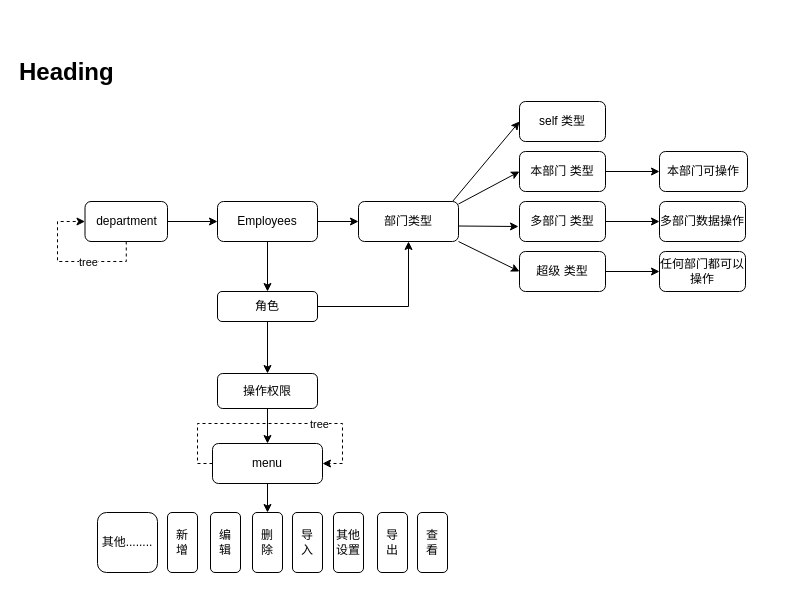
This is 未命名绘图.drawio from romon-liangbo/BusinessPartner, a draw.io file, before an edit. Source tidied: cells renumbered, new cells numbered last; positions are measured from the earlier drawing's top-left corner, leaving out a move shared by most shapes. Both pictures are drawn from the tidied source at 100%, with x=0, y=0 at pixel (17, 51).
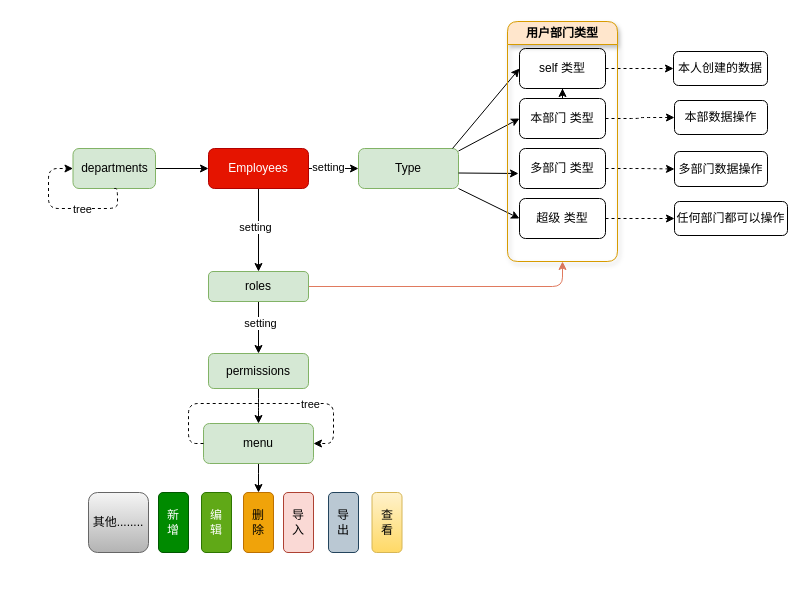
Above is the later version.

Commit message:
更新未命名绘图.drawio

Diff of the diagram source:
```diff
@@
-    <mxCell id="2" value="&lt;h1 style=&quot;margin-top: 0px;&quot;&gt;Heading&lt;/h1&gt;&lt;p&gt;&lt;br&gt;&lt;/p&gt;" style="text;html=1;whiteSpace=wrap;overflow=hidden;rounded=0;" parent="1" vertex="1">
-      <mxGeometry width="180" height="120" as="geometry" />
-    </mxCell>
-    <mxCell id="3" style="edgeStyle=orthogonalEdgeStyle;rounded=0;jettySize=auto;html=1;" parent="1" edge="1" source="4" target="37">
+    <mxCell id="3" style="edgeStyle=orthogonalEdgeStyle;rounded=1;jettySize=auto;html=1;" parent="1" edge="1" source="4" target="37">
       <mxGeometry relative="1" as="geometry" />
     </mxCell>
-    <mxCell id="4" value="department" style="rounded=1;whiteSpace=wrap;html=1;" parent="1" vertex="1">
-      <mxGeometry x="67.5" y="150" width="82.5" height="40" as="geometry" />
+    <mxCell id="4" value="departments" style="rounded=1;whiteSpace=wrap;html=1;fillColor=#d5e8d4;strokeColor=#82b366;" parent="1" vertex="1">
+      <mxGeometry x="55.5" y="97" width="82.5" height="40" as="geometry" />
     </mxCell>
-    <mxCell id="5" value="部门类型" style="whiteSpace=wrap;html=1;rounded=1;" parent="1" vertex="1">
-      <mxGeometry x="341" y="150" width="100" height="40" as="geometry" />
+    <mxCell id="5" value="Type" style="whiteSpace=wrap;html=1;rounded=1;fillColor=#d5e8d4;strokeColor=#82b366;" parent="1" vertex="1">
+      <mxGeometry x="341" y="97" width="100" height="40" as="geometry" />
     </mxCell>
-    <mxCell id="6" style="endArrow=classic;html=1;rounded=0;entryX=0;entryY=0.5;entryDx=0;entryDy=0;" parent="1" edge="1" target="10">
+    <mxCell id="6" style="endArrow=classic;html=1;rounded=1;entryX=0;entryY=0.5;entryDx=0;entryDy=0;" parent="1" edge="1" target="10">
       <mxGeometry relative="1" as="geometry">
-        <mxPoint x="441" y="152.5" as="sourcePoint" />
+        <mxPoint x="441" y="99.5" as="sourcePoint" />
       </mxGeometry>
     </mxCell>
-    <mxCell id="7" style="endArrow=classic;html=1;rounded=0;" parent="1" edge="1">
+    <mxCell id="7" style="endArrow=classic;html=1;rounded=1;" parent="1" edge="1">
       <mxGeometry relative="1" as="geometry">
-        <mxPoint x="441" y="174.5" as="sourcePoint" />
-        <mxPoint x="501" y="175" as="targetPoint" />
+        <mxPoint x="441" y="121.5" as="sourcePoint" />
+        <mxPoint x="501" y="122" as="targetPoint" />
       </mxGeometry>
     </mxCell>
-    <mxCell id="8" style="endArrow=classic;html=1;rounded=0;entryX=0;entryY=0.5;entryDx=0;entryDy=0;exitX=1;exitY=1;exitDx=0;exitDy=0;" parent="1" edge="1" source="5" target="14">
+    <mxCell id="8" style="endArrow=classic;html=1;rounded=1;entryX=0;entryY=0.5;entryDx=0;entryDy=0;exitX=1;exitY=1;exitDx=0;exitDy=0;" parent="1" edge="1" source="5" target="14">
       <mxGeometry relative="1" as="geometry" />
     </mxCell>
-    <mxCell id="9" style="edgeStyle=orthogonalEdgeStyle;rounded=0;jettySize=auto;html=1;" parent="1" edge="1" source="10" target="16">
+    <mxCell id="9" style="edgeStyle=orthogonalEdgeStyle;rounded=1;jettySize=auto;html=1;dashed=1;" parent="1" edge="1" source="10" target="16">
       <mxGeometry relative="1" as="geometry" />
     </mxCell>
+    <mxCell id="42" style="edgeStyle=orthogonalEdgeStyle;rounded=0;jettySize=auto;html=1;" parent="1" edge="1" source="10" target="20">
+      <mxGeometry relative="1" as="geometry" />
+    </mxCell>
     <mxCell id="10" value="本部门 类型" style="rounded=1;whiteSpace=wrap;html=1;" parent="1" vertex="1">
-      <mxGeometry x="502" y="100" width="86" height="40" as="geometry" />
+      <mxGeometry x="502" y="47" width="86" height="40" as="geometry" />
     </mxCell>
-    <mxCell id="11" style="edgeStyle=orthogonalEdgeStyle;rounded=0;jettySize=auto;html=1;" parent="1" edge="1" source="12" target="15">
+    <mxCell id="11" style="edgeStyle=orthogonalEdgeStyle;rounded=1;jettySize=auto;html=1;dashed=1;" parent="1" edge="1" source="12" target="15">
       <mxGeometry relative="1" as="geometry" />
     </mxCell>
     <mxCell id="12" value="多部门 类型" style="rounded=1;whiteSpace=wrap;html=1;" parent="1" vertex="1">
-      <mxGeometry x="502" y="150" width="86" height="40" as="geometry" />
+      <mxGeometry x="502" y="97" width="86" height="40" as="geometry" />
     </mxCell>
-    <mxCell id="13" style="edgeStyle=orthogonalEdgeStyle;rounded=0;jettySize=auto;html=1;" parent="1" edge="1" source="14" target="17">
+    <mxCell id="13" style="edgeStyle=orthogonalEdgeStyle;rounded=1;jettySize=auto;html=1;dashed=1;" parent="1" edge="1" source="14" target="17">
       <mxGeometry relative="1" as="geometry" />
     </mxCell>
     <mxCell id="14" value="超级 类型" style="rounded=1;whiteSpace=wrap;html=1;" parent="1" vertex="1">
-      <mxGeometry x="502" y="200" width="86" height="40" as="geometry" />
+      <mxGeometry x="502" y="147" width="86" height="40" as="geometry" />
     </mxCell>
     <mxCell id="15" value="多部门数据操作" style="rounded=1;whiteSpace=wrap;html=1;" parent="1" vertex="1">
-      <mxGeometry x="642" y="150" width="86" height="40" as="geometry" />
+      <mxGeometry x="657" y="100" width="93" height="35" as="geometry" />
     </mxCell>
-    <mxCell id="16" value="本部门可操作" style="whiteSpace=wrap;html=1;rounded=1;" parent="1" vertex="1">
-      <mxGeometry x="642" y="100" width="88" height="40" as="geometry" />
+    <mxCell id="16" value="本部数据操作" style="whiteSpace=wrap;html=1;rounded=1;" parent="1" vertex="1">
+      <mxGeometry x="657" y="49" width="93" height="34" as="geometry" />
     </mxCell>
     <mxCell id="17" value="任何部门都可以操作" style="rounded=1;whiteSpace=wrap;html=1;" parent="1" vertex="1">
-      <mxGeometry x="642" y="200" width="86" height="40" as="geometry" />
+      <mxGeometry x="657" y="150" width="113" height="34" as="geometry" />
     </mxCell>
-    <mxCell id="18" style="edgeStyle=orthogonalEdgeStyle;rounded=0;jettySize=auto;html=1;" parent="1" edge="1" source="19" target="28">
+    <mxCell id="18" style="edgeStyle=orthogonalEdgeStyle;rounded=1;jettySize=auto;html=1;" parent="1" edge="1" source="19" target="28">
       <mxGeometry relative="1" as="geometry" />
     </mxCell>
-    <mxCell id="19" value="操作权限" style="whiteSpace=wrap;html=1;rounded=1;" parent="1" vertex="1">
-      <mxGeometry x="200" y="322" width="100" height="35" as="geometry" />
+    <mxCell id="19" value="permissions" style="whiteSpace=wrap;html=1;rounded=1;fillColor=#d5e8d4;strokeColor=#82b366;" parent="1" vertex="1">
+      <mxGeometry x="191" y="302" width="100" height="35" as="geometry" />
     </mxCell>
+    <mxCell id="43" style="edgeStyle=orthogonalEdgeStyle;rounded=0;jettySize=auto;html=1;entryX=0;entryY=0.5;entryDx=0;entryDy=0;dashed=1;" parent="1" edge="1" source="20" target="49">
+      <mxGeometry relative="1" as="geometry" />
+    </mxCell>
     <mxCell id="20" value="self 类型" style="rounded=1;whiteSpace=wrap;html=1;" parent="1" vertex="1">
-      <mxGeometry x="502" y="50" width="86" height="40" as="geometry" />
+      <mxGeometry x="502" y="-3" width="86" height="40" as="geometry" />
     </mxCell>
-    <mxCell id="21" style="endArrow=classic;html=1;rounded=0;entryX=0;entryY=0.5;entryDx=0;entryDy=0;" parent="1" edge="1" target="20">
+    <mxCell id="21" style="endArrow=classic;html=1;rounded=1;entryX=0;entryY=0.5;entryDx=0;entryDy=0;" parent="1" edge="1" target="20">
       <mxGeometry relative="1" as="geometry">
-        <mxPoint x="435" y="150" as="sourcePoint" />
+        <mxPoint x="435" y="97" as="sourcePoint" />
       </mxGeometry>
     </mxCell>
-    <mxCell id="22" value="新&lt;br&gt;增" style="rounded=1;whiteSpace=wrap;html=1;" parent="1" vertex="1">
-      <mxGeometry x="150" y="461" width="30" height="60" as="geometry" />
+    <mxCell id="22" value="新&lt;br&gt;增" style="rounded=1;whiteSpace=wrap;html=1;fillColor=#008a00;fontColor=#ffffff;strokeColor=#005700;" parent="1" vertex="1">
+      <mxGeometry x="141" y="441" width="30" height="60" as="geometry" />
     </mxCell>
-    <mxCell id="23" value="编&lt;br&gt;辑" style="rounded=1;whiteSpace=wrap;html=1;" parent="1" vertex="1">
-      <mxGeometry x="193" y="461" width="30" height="60" as="geometry" />
+    <mxCell id="23" value="编&lt;br&gt;辑" style="rounded=1;whiteSpace=wrap;html=1;fillColor=#60a917;fontColor=#ffffff;strokeColor=#2D7600;" parent="1" vertex="1">
+      <mxGeometry x="184" y="441" width="30" height="60" as="geometry" />
     </mxCell>
-    <mxCell id="24" value="删&lt;br&gt;除" style="rounded=1;whiteSpace=wrap;html=1;" parent="1" vertex="1">
-      <mxGeometry x="235" y="461" width="30" height="60" as="geometry" />
+    <mxCell id="24" value="删&lt;br&gt;除" style="rounded=1;whiteSpace=wrap;html=1;fillColor=#f0a30a;fontColor=#000000;strokeColor=#BD7000;" parent="1" vertex="1">
+      <mxGeometry x="226" y="441" width="30" height="60" as="geometry" />
     </mxCell>
-    <mxCell id="25" value="导&lt;br&gt;入" style="rounded=1;whiteSpace=wrap;html=1;" parent="1" vertex="1">
-      <mxGeometry x="275" y="461" width="30" height="60" as="geometry" />
+    <mxCell id="25" value="导&lt;br&gt;入" style="rounded=1;whiteSpace=wrap;html=1;fillColor=#fad9d5;strokeColor=#ae4132;" parent="1" vertex="1">
+      <mxGeometry x="266" y="441" width="30" height="60" as="geometry" />
     </mxCell>
-    <mxCell id="26" value="其他设置" style="rounded=1;whiteSpace=wrap;html=1;" parent="1" vertex="1">
-      <mxGeometry x="316" y="461" width="30" height="60" as="geometry" />
-    </mxCell>
-    <mxCell id="27" style="edgeStyle=orthogonalEdgeStyle;rounded=0;jettySize=auto;html=1;entryX=0.5;entryY=0;entryDx=0;entryDy=0;" parent="1" edge="1" source="28" target="24">
+    <mxCell id="27" style="edgeStyle=orthogonalEdgeStyle;rounded=1;jettySize=auto;html=1;entryX=0.5;entryY=0;entryDx=0;entryDy=0;" parent="1" edge="1" source="28" target="24">
       <mxGeometry relative="1" as="geometry" />
     </mxCell>
-    <mxCell id="28" value="menu" style="whiteSpace=wrap;html=1;rounded=1;" parent="1" vertex="1">
-      <mxGeometry x="195" y="392" width="110" height="40" as="geometry" />
+    <mxCell id="28" value="menu" style="whiteSpace=wrap;html=1;rounded=1;fillColor=#d5e8d4;strokeColor=#82b366;" parent="1" vertex="1">
+      <mxGeometry x="186" y="372" width="110" height="40" as="geometry" />
     </mxCell>
-    <mxCell id="29" value="查&lt;br&gt;看" style="rounded=1;whiteSpace=wrap;html=1;" parent="1" vertex="1">
-      <mxGeometry x="400" y="461" width="30" height="60" as="geometry" />
+    <mxCell id="29" value="查&lt;br&gt;看" style="rounded=1;whiteSpace=wrap;html=1;fillColor=#fff2cc;gradientColor=#ffd966;strokeColor=#d6b656;" parent="1" vertex="1">
+      <mxGeometry x="354.5" y="441" width="30" height="60" as="geometry" />
     </mxCell>
-    <mxCell id="30" value="导&lt;br&gt;出" style="rounded=1;whiteSpace=wrap;html=1;" parent="1" vertex="1">
-      <mxGeometry x="360" y="461" width="30" height="60" as="geometry" />
+    <mxCell id="30" value="导&lt;br&gt;出" style="rounded=1;whiteSpace=wrap;html=1;fillColor=#bac8d3;strokeColor=#23445d;" parent="1" vertex="1">
+      <mxGeometry x="311" y="441" width="30" height="60" as="geometry" />
     </mxCell>
-    <mxCell id="31" value="其他........" style="rounded=1;whiteSpace=wrap;html=1;" parent="1" vertex="1">
-      <mxGeometry x="80" y="461" width="60" height="60" as="geometry" />
+    <mxCell id="31" value="其他........" style="rounded=1;whiteSpace=wrap;html=1;fillColor=#f5f5f5;gradientColor=#b3b3b3;strokeColor=#666666;" parent="1" vertex="1">
+      <mxGeometry x="71" y="441" width="60" height="60" as="geometry" />
     </mxCell>
-    <mxCell id="32" style="edgeStyle=orthogonalEdgeStyle;rounded=0;jettySize=auto;html=1;entryX=0.5;entryY=0;entryDx=0;entryDy=0;" parent="1" edge="1" source="34" target="19">
+    <mxCell id="32" style="edgeStyle=orthogonalEdgeStyle;rounded=1;jettySize=auto;html=1;entryX=0.5;entryY=0;entryDx=0;entryDy=0;" parent="1" edge="1" source="34" target="19">
       <mxGeometry relative="1" as="geometry" />
     </mxCell>
-    <mxCell id="33" style="edgeStyle=orthogonalEdgeStyle;rounded=0;jettySize=auto;html=1;entryX=0.5;entryY=1;entryDx=0;entryDy=0;" parent="1" edge="1" source="34" target="5">
-      <mxGeometry relative="1" as="geometry" />
-    </mxCell>
+    <mxCell id="44" value="setting" style="edgeLabel;html=1;align=center;verticalAlign=middle;" parent="32" vertex="1">
+      <mxGeometry x="-0.19" y="1" relative="1" as="geometry" />
+    </mxCell>
+    <mxCell id="45" style="edgeStyle=orthogonalEdgeStyle;rounded=1;jettySize=auto;html=1;entryX=0.5;entryY=1;entryDx=0;entryDy=0;strokeColor=#E07A5F;fontFamily=Helvetica;fontSize=12;fontColor=default;fontStyle=1;fillColor=#F2CC8F;" parent="1" edge="1" source="34" target="48">
+      <mxGeometry relative="1" as="geometry" />
+    </mxCell>
-    <mxCell id="34" value="角色" style="whiteSpace=wrap;html=1;rounded=1;" parent="1" vertex="1">
-      <mxGeometry x="200" y="240" width="100" height="30" as="geometry" />
+    <mxCell id="34" value="roles" style="whiteSpace=wrap;html=1;rounded=1;fillColor=#d5e8d4;strokeColor=#82b366;" parent="1" vertex="1">
+      <mxGeometry x="191" y="220" width="100" height="30" as="geometry" />
     </mxCell>
-    <mxCell id="35" style="edgeStyle=orthogonalEdgeStyle;rounded=0;jettySize=auto;html=1;entryX=0;entryY=0.5;entryDx=0;entryDy=0;" parent="1" edge="1" source="37" target="5">
+    <mxCell id="35" style="edgeStyle=orthogonalEdgeStyle;rounded=1;jettySize=auto;html=1;" parent="1" edge="1" source="37" target="5">
       <mxGeometry relative="1" as="geometry" />
     </mxCell>
+    <mxCell id="46" value="setting" style="edgeLabel;html=1;align=center;verticalAlign=middle;" parent="35" vertex="1">
+      <mxGeometry x="-0.23" y="2" relative="1" as="geometry" />
+    </mxCell>
-    <mxCell id="36" style="edgeStyle=orthogonalEdgeStyle;rounded=0;jettySize=auto;html=1;entryX=0.5;entryY=0;entryDx=0;entryDy=0;" parent="1" edge="1" source="37" target="34">
+    <mxCell id="36" style="edgeStyle=orthogonalEdgeStyle;rounded=1;jettySize=auto;html=1;entryX=0.5;entryY=0;entryDx=0;entryDy=0;" parent="1" edge="1" source="37" target="34">
       <mxGeometry relative="1" as="geometry" />
     </mxCell>
+    <mxCell id="47" value="setting" style="edgeLabel;html=1;align=center;verticalAlign=middle;" parent="36" vertex="1">
+      <mxGeometry x="-0.08" y="-4" relative="1" as="geometry" />
+    </mxCell>
-    <mxCell id="37" value="Employees" style="whiteSpace=wrap;html=1;rounded=1;" parent="1" vertex="1">
-      <mxGeometry x="200" y="150" width="100" height="40" as="geometry" />
+    <mxCell id="37" value="Employees" style="whiteSpace=wrap;html=1;rounded=1;fillColor=#e51400;fontColor=#ffffff;strokeColor=#B20000;" parent="1" vertex="1">
+      <mxGeometry x="191" y="97" width="100" height="40" as="geometry" />
     </mxCell>
-    <mxCell id="38" style="edgeStyle=orthogonalEdgeStyle;rounded=0;orthogonalLoop=1;jettySize=auto;html=1;entryX=0;entryY=0.5;entryDx=0;entryDy=0;exitX=0.5;exitY=1;exitDx=0;exitDy=0;dashed=1;" parent="1" edge="1" source="4" target="4">
+    <mxCell id="38" style="edgeStyle=orthogonalEdgeStyle;rounded=1;orthogonalLoop=1;jettySize=auto;html=1;entryX=0;entryY=0.5;entryDx=0;entryDy=0;exitX=0.5;exitY=1;exitDx=0;exitDy=0;dashed=1;" parent="1" edge="1" source="4" target="4">
       <mxGeometry relative="1" as="geometry">
         <Array as="points">
-          <mxPoint x="109" y="210" />
-          <mxPoint x="40" y="210" />
-          <mxPoint x="40" y="170" />
+          <mxPoint x="100" y="157" />
+          <mxPoint x="31" y="157" />
+          <mxPoint x="31" y="117" />
         </Array>
       </mxGeometry>
     </mxCell>
-    <mxCell id="39" value="tree" style="edgeLabel;html=1;align=center;verticalAlign=middle;" parent="38" vertex="1">
+    <mxCell id="39" value="tree" style="edgeLabel;html=1;align=center;verticalAlign=middle;rounded=1;" parent="38" vertex="1">
       <mxGeometry x="-0.24" y="2" relative="1" as="geometry">
         <mxPoint x="1" y="-2" as="offset" />
       </mxGeometry>
     </mxCell>
-    <mxCell id="40" style="edgeStyle=orthogonalEdgeStyle;rounded=0;orthogonalLoop=1;jettySize=auto;html=1;entryX=1;entryY=0.5;entryDx=0;entryDy=0;dashed=1;" parent="1" edge="1" source="28" target="28">
+    <mxCell id="40" style="edgeStyle=orthogonalEdgeStyle;rounded=1;orthogonalLoop=1;jettySize=auto;html=1;entryX=1;entryY=0.5;entryDx=0;entryDy=0;dashed=1;" parent="1" edge="1" source="28" target="28">
       <mxGeometry relative="1" as="geometry">
         <Array as="points">
-          <mxPoint x="180" y="412" />
-          <mxPoint x="180" y="372" />
-          <mxPoint x="325" y="372" />
-          <mxPoint x="325" y="412" />
+          <mxPoint x="171" y="392" />
+          <mxPoint x="171" y="352" />
+          <mxPoint x="316" y="352" />
+          <mxPoint x="316" y="392" />
         </Array>
       </mxGeometry>
     </mxCell>
-    <mxCell id="41" value="tree" style="edgeLabel;html=1;align=center;verticalAlign=middle;" parent="40" vertex="1">
+    <mxCell id="41" value="tree" style="edgeLabel;html=1;align=center;verticalAlign=middle;rounded=1;" parent="40" vertex="1">
       <mxGeometry x="0.35" relative="1" as="geometry" />
     </mxCell>
+    <mxCell id="48" value="用户部门类型" style="swimlane;whiteSpace=wrap;html=1;fillColor=#ffe6cc;strokeColor=#d79b00;rounded=1;glass=0;shadow=1;" parent="1" vertex="1">
+      <mxGeometry x="490" y="-30" width="110" height="240" as="geometry" />
+    </mxCell>
+    <mxCell id="49" value="本人创建的数据" style="whiteSpace=wrap;html=1;rounded=1;" parent="1" vertex="1">
+      <mxGeometry x="656" width="94" height="34" as="geometry" />
+    </mxCell>
```
